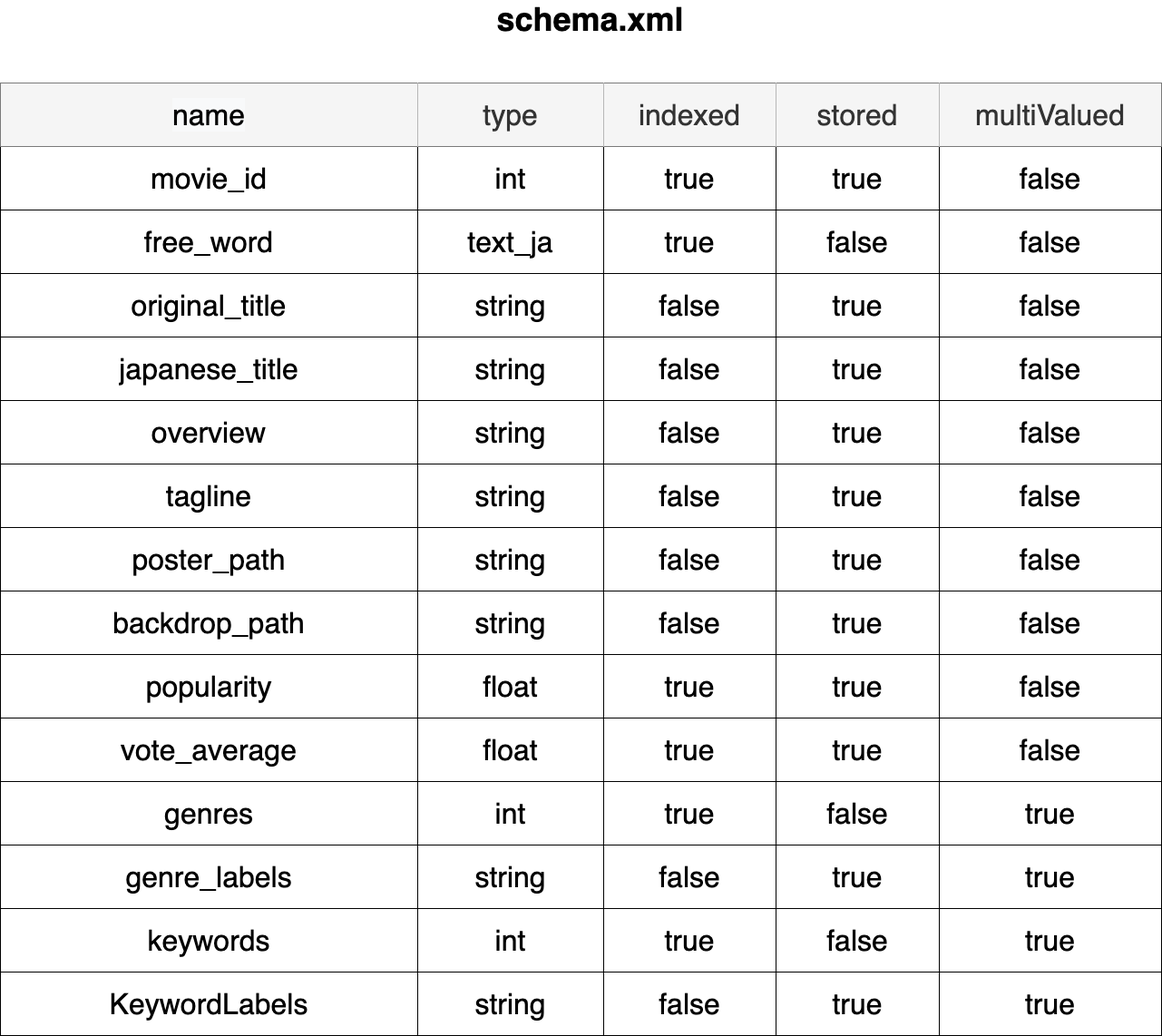
Before: docs/Data/solr-schema.png, a diagram exported from draw.io (yuya-okada527/ml-playground). Source tidied: cells renumbered, new cells last; positions are measured from the earlier drawing's top-left corner, leaving out a move shared by most shapes.
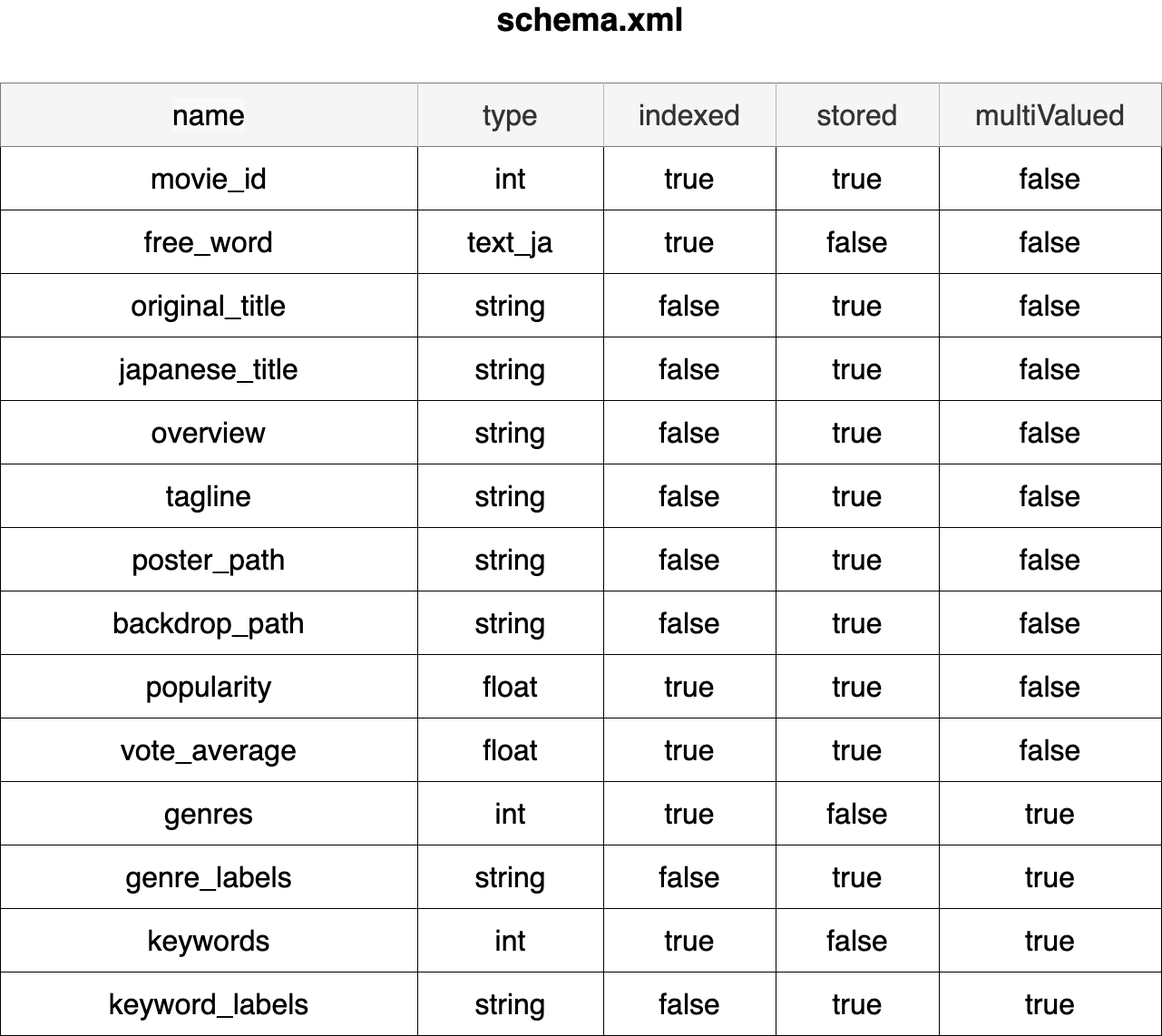
The same file after the commit.

Diff of the diagram source:
```diff
@@ -263,7 +263,7 @@
     <mxCell id="88" style="shape=partialRectangle;html=1;whiteSpace=wrap;fillColor=none;top=0;left=0;bottom=0;right=0;fontSize=32;" parent="3" vertex="1">
       <mxGeometry y="980" width="1280" height="70" as="geometry" />
     </mxCell>
-    <mxCell id="89" value="KeywordLabels" style="shape=partialRectangle;html=1;whiteSpace=wrap;overflow=hidden;fillColor=none;top=0;left=0;bottom=0;right=0;fontSize=32;" parent="88" vertex="1">
+    <mxCell id="89" value="keyword_labels" style="shape=partialRectangle;html=1;whiteSpace=wrap;overflow=hidden;fillColor=none;top=0;left=0;bottom=0;right=0;fontSize=32;" parent="88" vertex="1">
       <mxGeometry width="460" height="70" as="geometry" />
     </mxCell>
     <mxCell id="90" value="string" style="shape=partialRectangle;html=1;whiteSpace=wrap;overflow=hidden;fillColor=none;top=0;left=0;bottom=0;right=0;fontSize=32;" parent="88" vertex="1">
```
